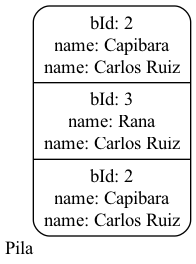
This is Proyecto1/reports/pile.png from marcosbondel/IPC2_ProyectoVD2024_202202410, a Graphviz export, as it was before one commit. Its source is kept beside it as Proyecto1/dot_reports/pile.dot.
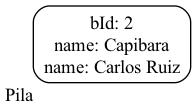
The same file after the commit.

Diff of the diagram source:
```diff
@@ -1,5 +1,5 @@
 digraph G {
             rankdir=LR;
             node[shape=Mrecord];
-        Pila[xlabel="Pila" label="bId: 2\nname: Capibara\nname: Carlos Ruiz\n|bId: 3\nname: Rana\nname: Carlos Ruiz\n|bId: 2\nname: Capibara\nname: Carlos Ruiz\n"];
+        Pila[xlabel="Pila" label="bId: 2\nname: Capibara\nname: Carlos Ruiz\n"];
 }
```
